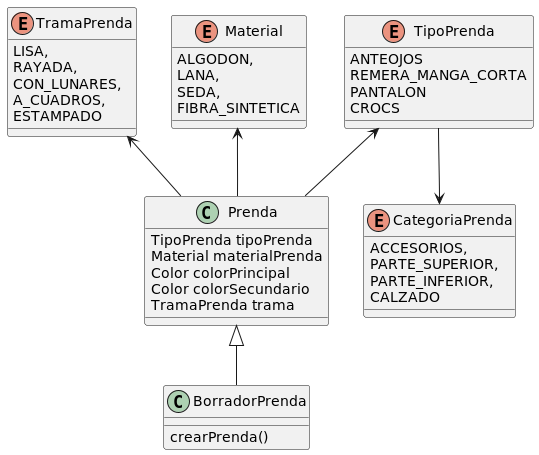
Earlier version of the PlantUML export DiagramaDeClases/diagramaIteracion2.png (LucasBarr99/QMP). Source of this version:
```plantuml
@startuml

enum CategoriaPrenda{
	ACCESORIOS,
    PARTE_SUPERIOR,
    PARTE_INFERIOR,
    CALZADO
}

enum Material{
	ALGODON,
    LANA,
    SEDA,
    FIBRA_SINTETICA
}

enum TipoPrenda{
    ANTEOJOS
    REMERA_MANGA_CORTA
    PANTALON
    CROCS

}

enum TramaPrenda{
    LISA,
    RAYADA,
    CON_LUNARES,
    A_CUADROS,
    ESTAMPADO
}

class Prenda{
	TipoPrenda tipoPrenda
    Material materialPrenda
    Color colorPrincipal
    Color colorSecundario
    TramaPrenda trama
}

class BorradorPrenda extends Prenda{

    crearPrenda()
}



Prenda -up-> TipoPrenda
Prenda -up-> Material
Prenda -up-> TramaPrenda
TipoPrenda --> CategoriaPrenda
@enduml
```
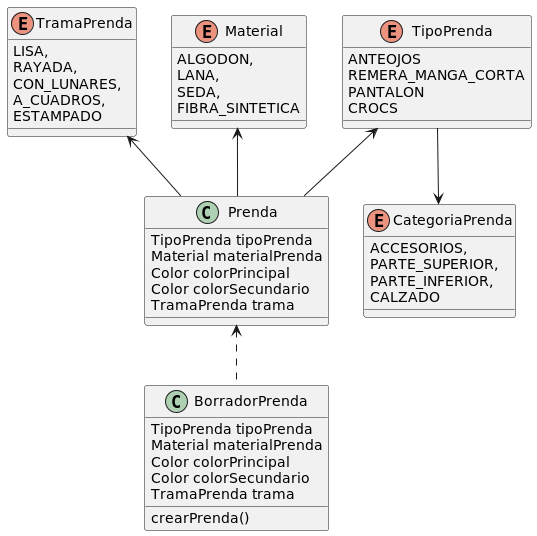
After the commit.

Commit message:
Corrijo diagrama

The edit, as a diff of the source:
```diff
@@ -38,7 +38,12 @@
     TramaPrenda trama
 }
 
-class BorradorPrenda extends Prenda{
+class BorradorPrenda{
+    TipoPrenda tipoPrenda
+    Material materialPrenda
+    Color colorPrincipal
+    Color colorSecundario
+    TramaPrenda trama
 
     crearPrenda()
 }
@@ -49,4 +54,5 @@
 Prenda -up-> Material
 Prenda -up-> TramaPrenda
 TipoPrenda --> CategoriaPrenda
+BorradorPrenda .up.> Prenda
 @enduml
```
